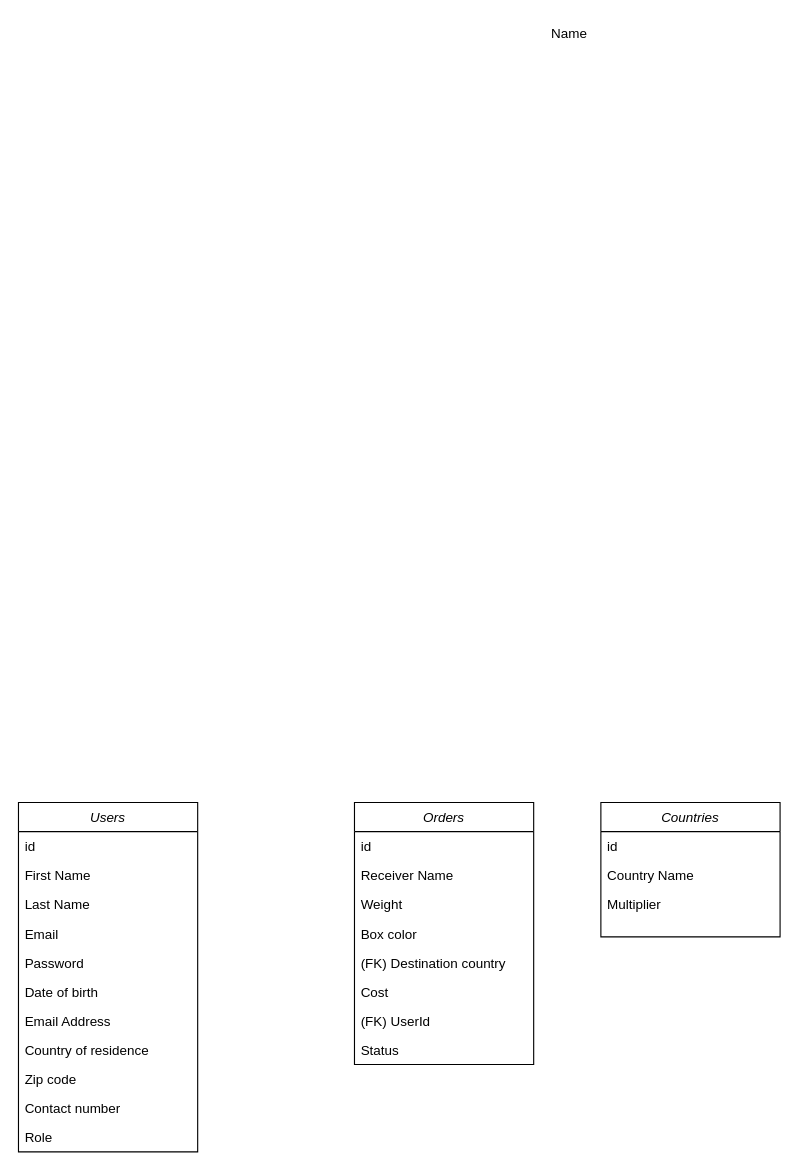
Above: Boxinator.drawio in Eliassoprani/boxinator (draw.io), before the change. Source tidied: cells renumbered, new cells numbered last; positions are measured from the earlier drawing's top-left corner, leaving out a move shared by most shapes. Both pictures are drawn from the tidied source at 112%, with x=0, y=0 at pixel (18, 18).
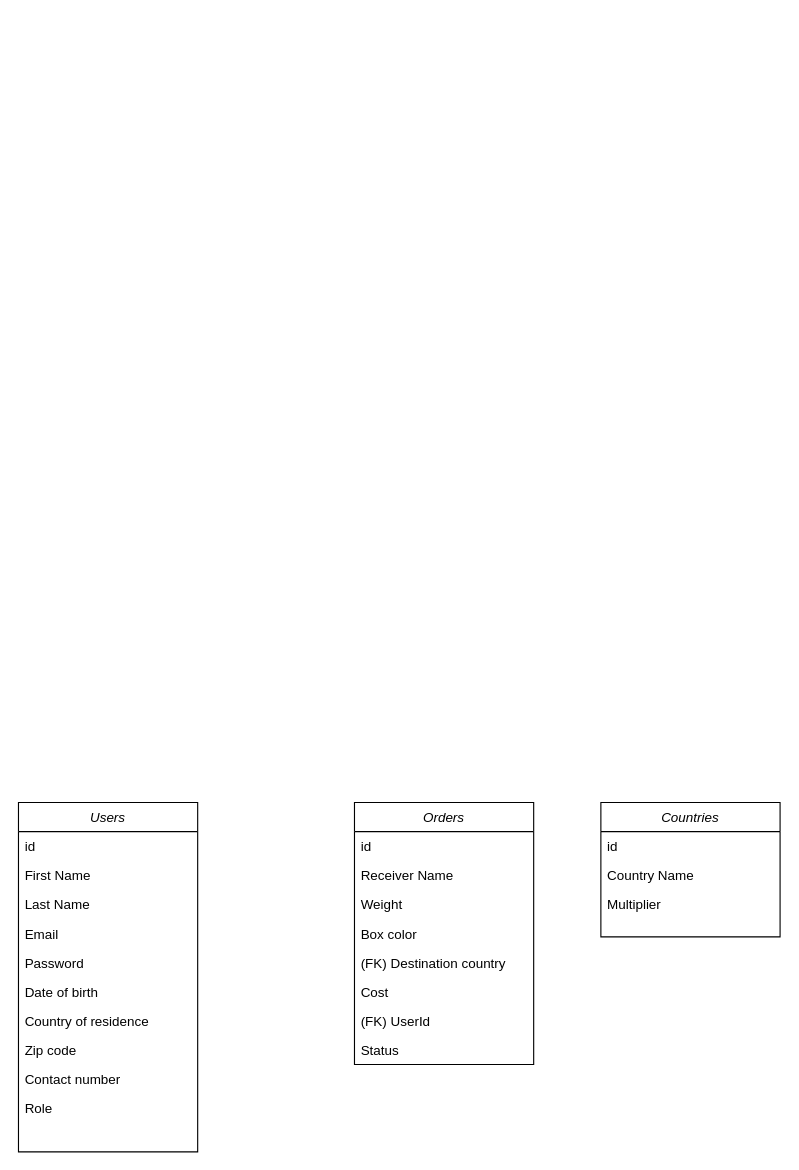
The same page after the edit.

Unchanged cells that the change refers to:
```xml
<mxCell id="2" value="Users" style="swimlane;fontStyle=2;align=center;verticalAlign=top;horizontal=1;startSize=26;rounded=0;shadow=0;strokeWidth=1;" parent="1" vertex="1">
  <mxGeometry y="700" width="160" height="312" as="geometry" />
</mxCell>
```

Diff of the diagram source:
```diff
@@
-    <mxCell id="9" value="Email Address" style="text;align=left;verticalAlign=top;spacingLeft=4;spacingRight=4;overflow=hidden;rounded=0;shadow=0;html=0;" parent="2" vertex="1">
-      <mxGeometry y="182" width="160" height="26" as="geometry" />
-    </mxCell>
     <mxCell id="10" value="Country of residence" style="text;align=left;verticalAlign=top;spacingLeft=4;spacingRight=4;overflow=hidden;rounded=0;shadow=0;html=0;" parent="2" vertex="1">
-      <mxGeometry y="208" width="160" height="26" as="geometry" />
+      <mxGeometry y="182" width="160" height="26" as="geometry" />
     </mxCell>
     <mxCell id="11" value="Zip code" style="text;align=left;verticalAlign=top;spacingLeft=4;spacingRight=4;overflow=hidden;rounded=0;shadow=0;html=0;" parent="2" vertex="1">
-      <mxGeometry y="234" width="160" height="26" as="geometry" />
+      <mxGeometry y="208" width="160" height="26" as="geometry" />
     </mxCell>
     <mxCell id="12" value="Contact number" style="text;align=left;verticalAlign=top;spacingLeft=4;spacingRight=4;overflow=hidden;rounded=0;shadow=0;html=0;" parent="2" vertex="1">
-      <mxGeometry y="260" width="160" height="26" as="geometry" />
+      <mxGeometry y="234" width="160" height="26" as="geometry" />
     </mxCell>
     <mxCell id="13" value="Role" style="text;align=left;verticalAlign=top;spacingLeft=4;spacingRight=4;overflow=hidden;rounded=0;shadow=0;html=0;" parent="2" vertex="1">
-      <mxGeometry y="286" width="160" height="26" as="geometry" />
+      <mxGeometry y="260" width="160" height="26" as="geometry" />
     </mxCell>
@@
-    <mxCell id="23" value="Name" style="text;align=left;verticalAlign=top;spacingLeft=4;spacingRight=4;overflow=hidden;" parent="1" vertex="1">
-      <mxGeometry x="470" width="160" height="26" as="geometry" />
-    </mxCell>
```
